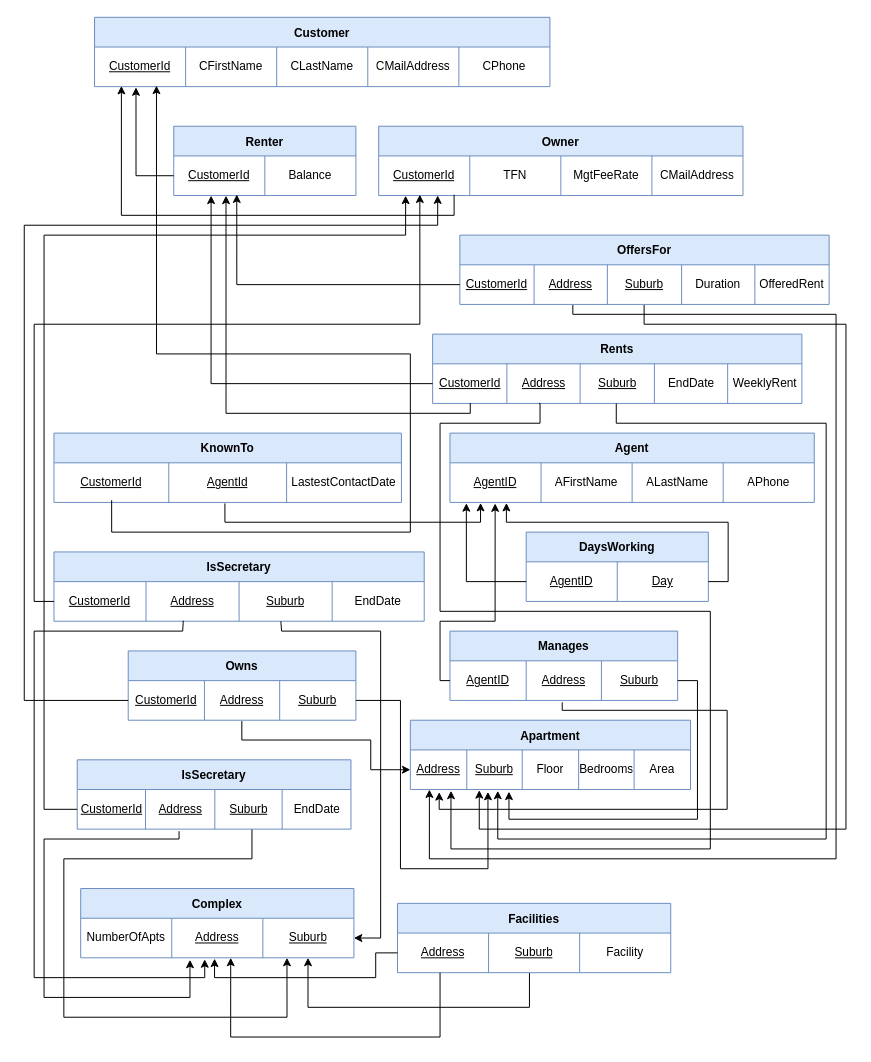
The draw.io diagram public/Untitled Diagram.drawio in abyanmajid/abyanmajid, before the edit. Source tidied: cells renumbered, new cells numbered last; positions are measured from the earlier drawing's top-left corner, leaving out a move shared by most shapes. Both pictures are drawn from the tidied source at 99%, with x=0, y=0 at pixel (24, 17).
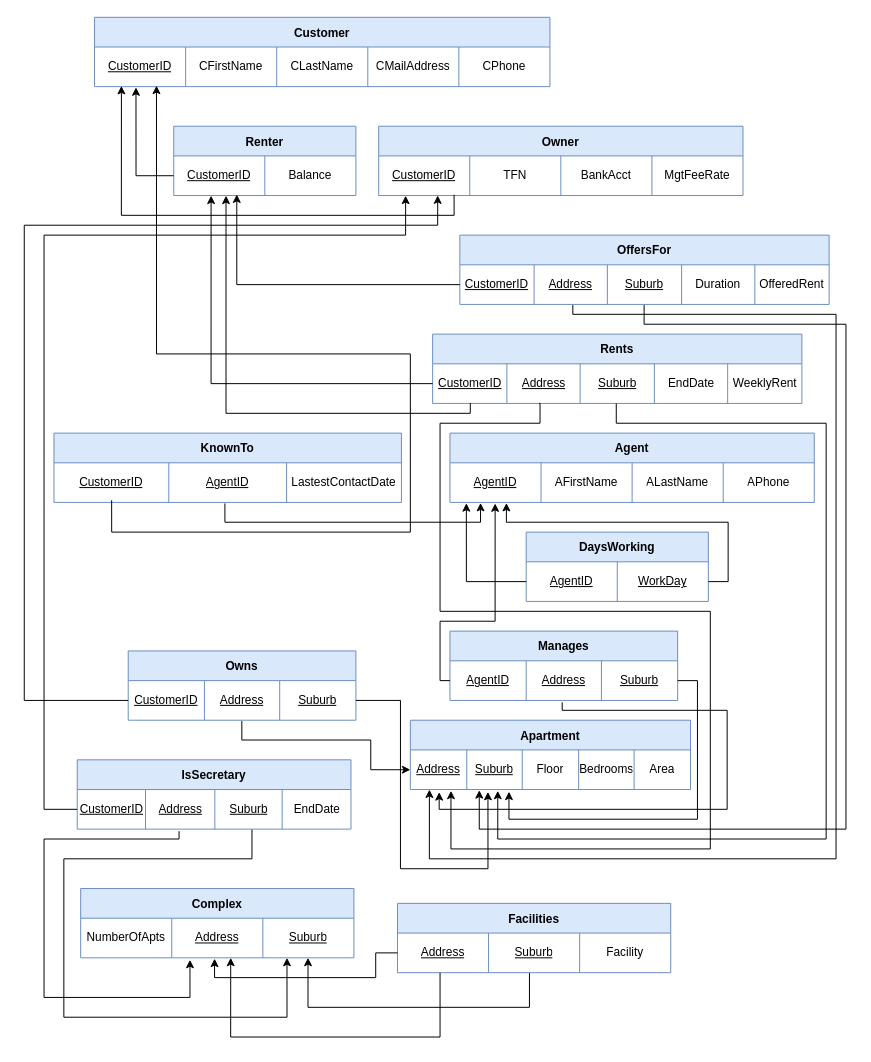
The same diagram, later.

Unchanged cells that the change refers to:
```xml
<mxCell id="3" style="shape=tableRow;horizontal=0;startSize=0;swimlaneHead=0;swimlaneBody=0;strokeColor=inherit;top=0;left=0;bottom=0;right=0;fillColor=none;points=[[0,0.5],[1,0.5]];portConstraint=eastwest;" parent="2" vertex="1">
  <mxGeometry y="30" width="460" height="40" as="geometry" />
</mxCell>
<mxCell id="10" style="shape=tableRow;horizontal=0;startSize=0;swimlaneHead=0;swimlaneBody=0;strokeColor=inherit;top=0;left=0;bottom=0;right=0;fillColor=none;points=[[0,0.5],[1,0.5]];portConstraint=eastwest;" parent="9" vertex="1">
  <mxGeometry y="30" width="368" height="40" as="geometry" />
</mxCell>
<mxCell id="16" style="shape=tableRow;horizontal=0;startSize=0;swimlaneHead=0;swimlaneBody=0;strokeColor=inherit;top=0;left=0;bottom=0;right=0;fillColor=none;points=[[0,0.5],[1,0.5]];portConstraint=eastwest;" parent="15" vertex="1">
  <mxGeometry y="30" width="184" height="40" as="geometry" />
</mxCell>
<mxCell id="20" style="shape=tableRow;horizontal=0;startSize=0;swimlaneHead=0;swimlaneBody=0;strokeColor=inherit;top=0;left=0;bottom=0;right=0;fillColor=none;points=[[0,0.5],[1,0.5]];portConstraint=eastwest;" parent="19" vertex="1">
  <mxGeometry y="30" width="276" height="40" as="geometry" />
</mxCell>
<mxCell id="38" style="shape=tableRow;horizontal=0;startSize=0;swimlaneHead=0;swimlaneBody=0;strokeColor=inherit;top=0;left=0;bottom=0;right=0;fillColor=none;points=[[0,0.5],[1,0.5]];portConstraint=eastwest;" parent="37" vertex="1">
  <mxGeometry y="30" width="373" height="40" as="geometry" />
</mxCell>
<mxCell id="45" style="shape=tableRow;horizontal=0;startSize=0;swimlaneHead=0;swimlaneBody=0;strokeColor=inherit;top=0;left=0;bottom=0;right=0;fillColor=none;points=[[0,0.5],[1,0.5]];portConstraint=eastwest;" parent="44" vertex="1">
  <mxGeometry y="30" width="351" height="40" as="geometry" />
</mxCell>
<mxCell id="57" style="shape=tableRow;horizontal=0;startSize=0;swimlaneHead=0;swimlaneBody=0;strokeColor=inherit;top=0;left=0;bottom=0;right=0;fillColor=none;points=[[0,0.5],[1,0.5]];portConstraint=eastwest;" parent="56" vertex="1">
  <mxGeometry y="30" width="276.5" height="40" as="geometry" />
</mxCell>
<mxCell id="71" style="shape=tableRow;horizontal=0;startSize=0;swimlaneHead=0;swimlaneBody=0;strokeColor=inherit;top=0;left=0;bottom=0;right=0;fillColor=none;points=[[0,0.5],[1,0.5]];portConstraint=eastwest;" parent="70" vertex="1">
  <mxGeometry y="30" width="184" height="40" as="geometry" />
</mxCell>
<mxCell id="88" style="shape=tableRow;horizontal=0;startSize=0;swimlaneHead=0;swimlaneBody=0;strokeColor=inherit;top=0;left=0;bottom=0;right=0;fillColor=none;points=[[0,0.5],[1,0.5]];portConstraint=eastwest;" parent="87" vertex="1">
  <mxGeometry y="30" width="230" height="40" as="geometry" />
</mxCell>
<mxCell id="97" style="shape=tableRow;horizontal=0;startSize=0;swimlaneHead=0;swimlaneBody=0;strokeColor=inherit;top=0;left=0;bottom=0;right=0;fillColor=none;points=[[0,0.5],[1,0.5]];portConstraint=eastwest;" parent="96" vertex="1">
  <mxGeometry y="30" width="373" height="40" as="geometry" />
</mxCell>
```

Change to the diagram source:
```diff
@@
-    <mxCell id="4" value="&lt;u&gt;CustomerId&lt;/u&gt;" style="shape=partialRectangle;html=1;whiteSpace=wrap;strokeColor=inherit;overflow=hidden;fillColor=none;top=0;left=0;bottom=0;right=0;fontStyle=0;" parent="3" vertex="1">
+    <mxCell id="4" value="&lt;u&gt;CustomerID&lt;/u&gt;" style="shape=partialRectangle;html=1;whiteSpace=wrap;strokeColor=inherit;overflow=hidden;fillColor=none;top=0;left=0;bottom=0;right=0;fontStyle=0;" parent="3" vertex="1">
       <mxGeometry width="92" height="40" as="geometry" />
     </mxCell>
@@
-    <mxCell id="11" value="&lt;u&gt;CustomerId&lt;/u&gt;" style="shape=partialRectangle;html=1;whiteSpace=wrap;strokeColor=inherit;overflow=hidden;fillColor=none;top=0;left=0;bottom=0;right=0;" parent="10" vertex="1">
+    <mxCell id="11" value="&lt;u&gt;CustomerID&lt;/u&gt;" style="shape=partialRectangle;html=1;whiteSpace=wrap;strokeColor=inherit;overflow=hidden;fillColor=none;top=0;left=0;bottom=0;right=0;" parent="10" vertex="1">
       <mxGeometry width="92" height="40" as="geometry" />
     </mxCell>
@@
-    <mxCell id="13" value="MgtFeeRate" style="shape=partialRectangle;html=1;whiteSpace=wrap;strokeColor=inherit;overflow=hidden;fillColor=none;top=0;left=0;bottom=0;right=0;" parent="10" vertex="1">
+    <mxCell id="13" value="BankAcct" style="shape=partialRectangle;html=1;whiteSpace=wrap;strokeColor=inherit;overflow=hidden;fillColor=none;top=0;left=0;bottom=0;right=0;" parent="10" vertex="1">
       <mxGeometry x="184" width="92" height="40" as="geometry" />
     </mxCell>
-    <mxCell id="14" value="CMailAddress" style="shape=partialRectangle;html=1;whiteSpace=wrap;strokeColor=inherit;overflow=hidden;fillColor=none;top=0;left=0;bottom=0;right=0;" parent="10" vertex="1">
+    <mxCell id="14" value="MgtFeeRate" style="shape=partialRectangle;html=1;whiteSpace=wrap;strokeColor=inherit;overflow=hidden;fillColor=none;top=0;left=0;bottom=0;right=0;" parent="10" vertex="1">
       <mxGeometry x="276" width="92" height="40" as="geometry" />
     </mxCell>
@@
-    <mxCell id="17" value="&lt;u&gt;CustomerId&lt;/u&gt;" style="shape=partialRectangle;html=1;whiteSpace=wrap;strokeColor=inherit;overflow=hidden;fillColor=none;top=0;left=0;bottom=0;right=0;" parent="16" vertex="1">
+    <mxCell id="17" value="&lt;u&gt;CustomerID&lt;/u&gt;" style="shape=partialRectangle;html=1;whiteSpace=wrap;strokeColor=inherit;overflow=hidden;fillColor=none;top=0;left=0;bottom=0;right=0;" parent="16" vertex="1">
       <mxGeometry width="92" height="40" as="geometry" />
     </mxCell>
@@
-    <mxCell id="39" value="&lt;u&gt;CustomerId&lt;/u&gt;" style="shape=partialRectangle;html=1;whiteSpace=wrap;strokeColor=inherit;overflow=hidden;fillColor=none;top=0;left=0;bottom=0;right=0;" parent="38" vertex="1">
+    <mxCell id="39" value="&lt;u&gt;CustomerID&lt;/u&gt;" style="shape=partialRectangle;html=1;whiteSpace=wrap;strokeColor=inherit;overflow=hidden;fillColor=none;top=0;left=0;bottom=0;right=0;" parent="38" vertex="1">
       <mxGeometry width="75" height="40" as="geometry" />
     </mxCell>
@@
-    <mxCell id="46" value="&lt;u&gt;CustomerId&lt;/u&gt;" style="shape=partialRectangle;html=1;whiteSpace=wrap;strokeColor=inherit;overflow=hidden;fillColor=none;top=0;left=0;bottom=0;right=0;" parent="45" vertex="1">
+    <mxCell id="46" value="&lt;u&gt;CustomerID&lt;/u&gt;" style="shape=partialRectangle;html=1;whiteSpace=wrap;strokeColor=inherit;overflow=hidden;fillColor=none;top=0;left=0;bottom=0;right=0;" parent="45" vertex="1">
       <mxGeometry width="116" height="40" as="geometry" />
     </mxCell>
-    <mxCell id="47" value="&lt;u&gt;AgentId&lt;/u&gt;" style="shape=partialRectangle;html=1;whiteSpace=wrap;strokeColor=inherit;overflow=hidden;fillColor=none;top=0;left=0;bottom=0;right=0;" parent="45" vertex="1">
+    <mxCell id="47" value="&lt;u&gt;AgentID&lt;/u&gt;" style="shape=partialRectangle;html=1;whiteSpace=wrap;strokeColor=inherit;overflow=hidden;fillColor=none;top=0;left=0;bottom=0;right=0;" parent="45" vertex="1">
       <mxGeometry x="116" width="119" height="40" as="geometry" />
     </mxCell>
@@
-    <mxCell id="49" value="IsSecretary" style="shape=table;startSize=30;childLayout=tableLayout;fillColor=#dae8fc;strokeColor=#6c8ebf;fontStyle=1;" parent="1" vertex="1">
-      <mxGeometry x="30" y="540" width="374" height="70" as="geometry" />
-    </mxCell>
-    <mxCell id="50" style="shape=tableRow;horizontal=0;startSize=0;swimlaneHead=0;swimlaneBody=0;strokeColor=inherit;top=0;left=0;bottom=0;right=0;fillColor=none;points=[[0,0.5],[1,0.5]];portConstraint=eastwest;" parent="49" vertex="1">
-      <mxGeometry y="30" width="374" height="40" as="geometry" />
-    </mxCell>
-    <mxCell id="51" value="&lt;u&gt;CustomerId&lt;/u&gt;" style="shape=partialRectangle;html=1;whiteSpace=wrap;strokeColor=inherit;overflow=hidden;fillColor=none;top=0;left=0;bottom=0;right=0;" parent="50" vertex="1">
-      <mxGeometry width="93" height="40" as="geometry" />
-    </mxCell>
-    <mxCell id="52" value="&lt;u&gt;Address&lt;/u&gt;" style="shape=partialRectangle;html=1;whiteSpace=wrap;strokeColor=inherit;overflow=hidden;fillColor=none;top=0;left=0;bottom=0;right=0;" parent="50" vertex="1">
-      <mxGeometry x="93" width="94" height="40" as="geometry" />
-    </mxCell>
-    <mxCell id="53" value="&lt;u&gt;Suburb&lt;/u&gt;" style="shape=partialRectangle;html=1;whiteSpace=wrap;strokeColor=inherit;overflow=hidden;fillColor=none;top=0;left=0;bottom=0;right=0;" parent="50" vertex="1">
-      <mxGeometry x="187" width="94" height="40" as="geometry" />
-    </mxCell>
-    <mxCell id="54" value="EndDate" style="shape=partialRectangle;html=1;whiteSpace=wrap;strokeColor=inherit;overflow=hidden;fillColor=none;top=0;left=0;bottom=0;right=0;" parent="50" vertex="1">
-      <mxGeometry x="281" width="93" height="40" as="geometry" />
-    </mxCell>
@@
-    <mxCell id="58" value="&lt;u&gt;CustomerId&lt;/u&gt;" style="shape=partialRectangle;html=1;whiteSpace=wrap;strokeColor=inherit;overflow=hidden;fillColor=none;top=0;left=0;bottom=0;right=0;" parent="57" vertex="1">
+    <mxCell id="58" value="&lt;u&gt;CustomerID&lt;/u&gt;" style="shape=partialRectangle;html=1;whiteSpace=wrap;strokeColor=inherit;overflow=hidden;fillColor=none;top=0;left=0;bottom=0;right=0;" parent="57" vertex="1">
       <mxGeometry width="69" height="40" as="geometry" />
     </mxCell>
@@
-    <mxCell id="73" value="&lt;u&gt;Day&lt;/u&gt;" style="shape=partialRectangle;html=1;whiteSpace=wrap;strokeColor=inherit;overflow=hidden;fillColor=none;top=0;left=0;bottom=0;right=0;" parent="71" vertex="1">
+    <mxCell id="73" value="&lt;u&gt;WorkDay&lt;/u&gt;" style="shape=partialRectangle;html=1;whiteSpace=wrap;strokeColor=inherit;overflow=hidden;fillColor=none;top=0;left=0;bottom=0;right=0;" parent="71" vertex="1">
       <mxGeometry x="92" width="92" height="40" as="geometry" />
     </mxCell>
@@
-    <mxCell id="77" style="edgeStyle=orthogonalEdgeStyle;rounded=0;jettySize=auto;html=1;exitX=0;exitY=0.5;exitDx=0;exitDy=0;entryX=0.113;entryY=0.976;entryDx=0;entryDy=0;entryPerimeter=0;" parent="1" edge="1" source="50" target="10">
-      <mxGeometry relative="1" as="geometry">
-        <Array as="points">
-          <mxPoint x="10" y="590" />
-          <mxPoint x="10" y="310" />
-          <mxPoint x="400" y="310" />
-        </Array>
-      </mxGeometry>
-    </mxCell>
-    <mxCell id="78" style="edgeStyle=orthogonalEdgeStyle;rounded=0;jettySize=auto;html=1;entryX=0.454;entryY=1.038;entryDx=0;entryDy=0;entryPerimeter=0;exitX=0.349;exitY=0.987;exitDx=0;exitDy=0;exitPerimeter=0;" parent="1" edge="1" source="50" target="20">
-      <mxGeometry relative="1" as="geometry">
-        <Array as="points">
-          <mxPoint x="161" y="612" />
-          <mxPoint x="160" y="612" />
-          <mxPoint x="160" y="620" />
-          <mxPoint x="10" y="620" />
-          <mxPoint x="10" y="970" />
-          <mxPoint x="182" y="970" />
-        </Array>
-      </mxGeometry>
-    </mxCell>
-    <mxCell id="79" style="edgeStyle=orthogonalEdgeStyle;rounded=0;jettySize=auto;html=1;exitX=0.613;exitY=1.003;exitDx=0;exitDy=0;exitPerimeter=0;entryX=1;entryY=0.5;entryDx=0;entryDy=0;" parent="1" edge="1" source="50" target="20">
-      <mxGeometry relative="1" as="geometry">
-        <Array as="points">
-          <mxPoint x="259" y="612" />
-          <mxPoint x="260" y="612" />
-          <mxPoint x="260" y="620" />
-          <mxPoint x="360" y="620" />
-          <mxPoint x="360" y="930" />
-        </Array>
-      </mxGeometry>
-    </mxCell>
@@
-    <mxCell id="89" value="&lt;u&gt;CustomerId&lt;/u&gt;" style="shape=partialRectangle;html=1;whiteSpace=wrap;strokeColor=inherit;overflow=hidden;fillColor=none;top=0;left=0;bottom=0;right=0;" parent="88" vertex="1">
+    <mxCell id="89" value="&lt;u&gt;CustomerID&lt;/u&gt;" style="shape=partialRectangle;html=1;whiteSpace=wrap;strokeColor=inherit;overflow=hidden;fillColor=none;top=0;left=0;bottom=0;right=0;" parent="88" vertex="1">
       <mxGeometry width="77" height="40" as="geometry" />
     </mxCell>
@@
-    <mxCell id="98" value="&lt;u&gt;CustomerId&lt;/u&gt;" style="shape=partialRectangle;html=1;whiteSpace=wrap;strokeColor=inherit;overflow=hidden;fillColor=none;top=0;left=0;bottom=0;right=0;" parent="97" vertex="1">
+    <mxCell id="98" value="&lt;u&gt;CustomerID&lt;/u&gt;" style="shape=partialRectangle;html=1;whiteSpace=wrap;strokeColor=inherit;overflow=hidden;fillColor=none;top=0;left=0;bottom=0;right=0;" parent="97" vertex="1">
       <mxGeometry width="75" height="40" as="geometry" />
     </mxCell>
```
